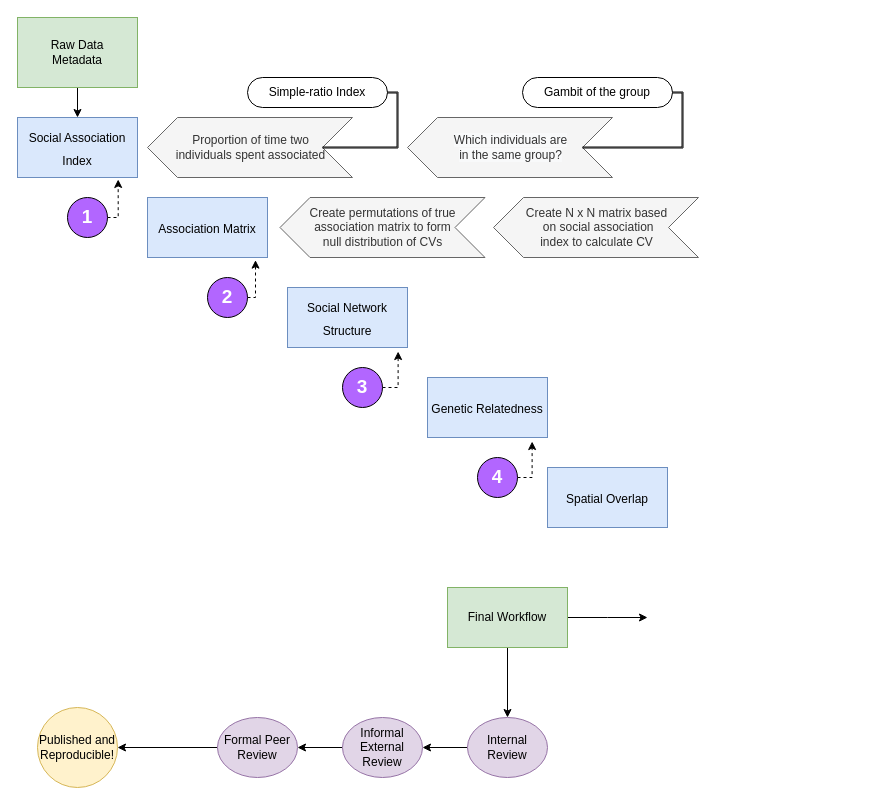
This is WorkFlowDiagram/WorkFlowDiagram.drawio from bankheak/Dolphins, a draw.io file, before an edit. Source tidied: cells renumbered, new cells numbered last; positions are measured from the earlier drawing's top-left corner, leaving out a move shared by most shapes. Both pictures are drawn from the tidied source at 100%, with x=0, y=0 at pixel (17, 17).
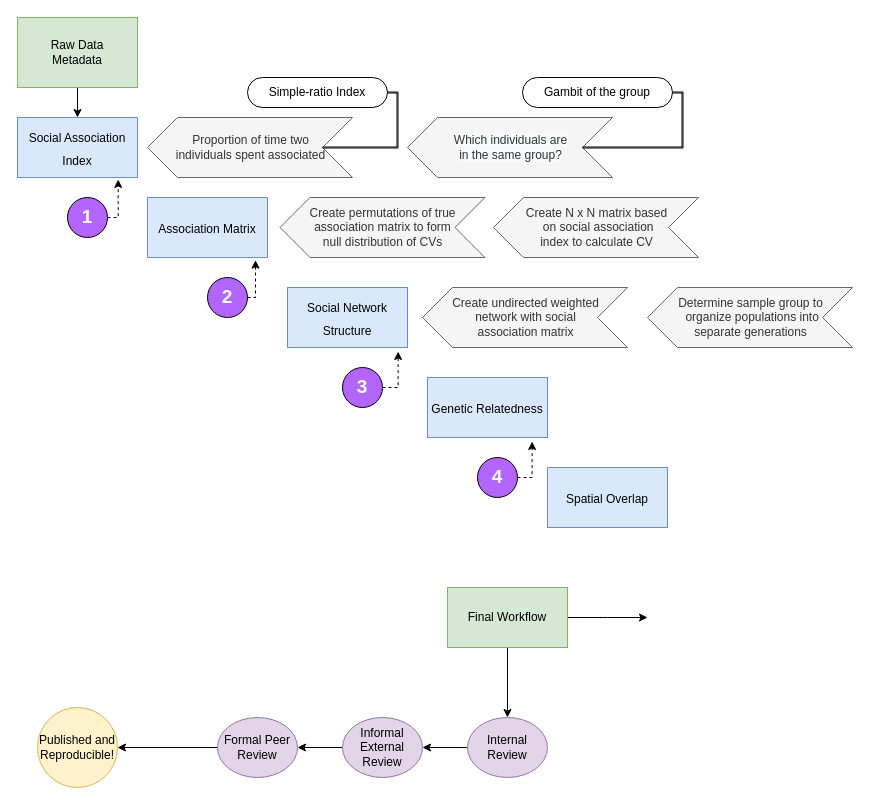
Above is the later version.

Commit message:
add network details

Diff of the diagram source:
```diff
@@
+    <mxCell id="35" value="Create undirected weighted&lt;br&gt;network with social&lt;br&gt;association&amp;nbsp;matrix" style="html=1;shadow=0;dashed=0;align=center;verticalAlign=middle;shape=mxgraph.arrows2.arrow;dy=0;dx=30;notch=30;rotation=0;direction=west;fillColor=#f5f5f5;fontColor=#333333;strokeColor=#666666;" parent="1" vertex="1">
+      <mxGeometry x="405" y="270" width="205" height="60" as="geometry" />
+    </mxCell>
+    <mxCell id="36" value="Determine sample group to&lt;br&gt;&amp;nbsp;organize populations into&lt;br&gt;separate generations" style="html=1;shadow=0;dashed=0;align=center;verticalAlign=middle;shape=mxgraph.arrows2.arrow;dy=0;dx=30;notch=30;rotation=0;direction=west;fillColor=#f5f5f5;fontColor=#333333;strokeColor=#666666;" parent="1" vertex="1">
+      <mxGeometry x="630" y="270" width="205" height="60" as="geometry" />
+    </mxCell>
```
